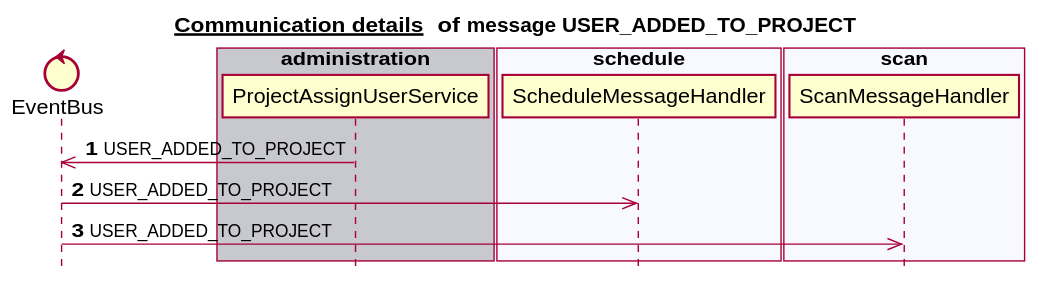
mercedes-benz/sechub keeps this PlantUML diagram as docs/latest/images/gen_domain_messaging_user_added_to_project.svg. Above is the earlier version.
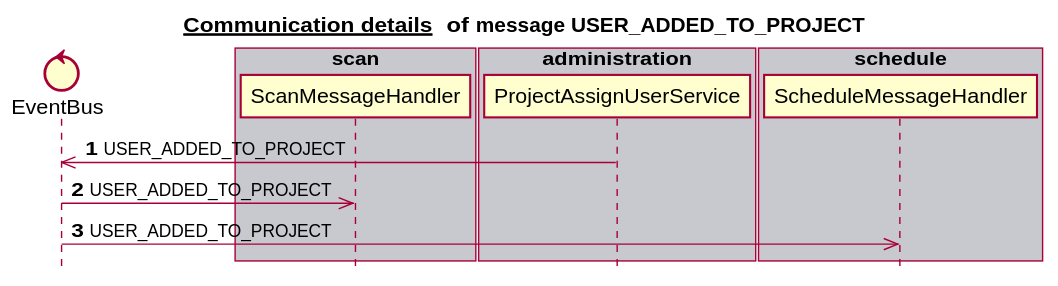
After the change.

Change to the diagram source:
```diff
@@ -6,23 +6,23 @@
 
 
 control EventBus
+box "scan" #C8C8CF
+   participant ScanMessageHandler
+end box
+box "authorization" #F8F8FF
+end box
 box "administration" #C8C8CF
    participant ProjectAssignUserService
 end box
-box "schedule" #F8F8FF
+box "notification" #F8F8FF
+end box
+box "schedule" #C8C8CF
    participant ScheduleMessageHandler
-end box
-box "authorization" #C8C8CF
-end box
-box "scan" #F8F8FF
-   participant ScanMessageHandler
-end box
-box "notification" #C8C8CF
 end box
 autonumber 1
 ProjectAssignUserService ->> EventBus:USER_ADDED_TO_PROJECT
+EventBus ->> ScanMessageHandler:USER_ADDED_TO_PROJECT
 EventBus ->> ScheduleMessageHandler:USER_ADDED_TO_PROJECT
-EventBus ->> ScanMessageHandler:USER_ADDED_TO_PROJECT
 autonumber stop
 
 
```
